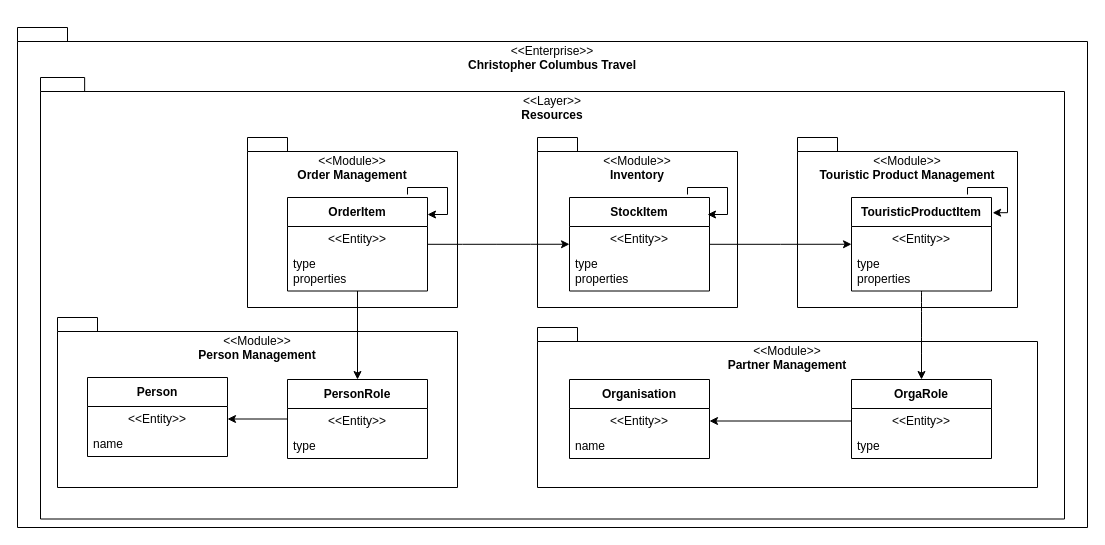
Earlier version of the draw.io diagram docs/architecture/entity-model/entity-model.drawio (hochschule-darmstadt/a3se_app). Source tidied: cells renumbered, new cells numbered last; positions are measured from the earlier drawing's top-left corner, leaving out a move shared by most shapes. Both pictures are drawn from the tidied source at 100%, with x=0, y=0 at pixel (17, 27).
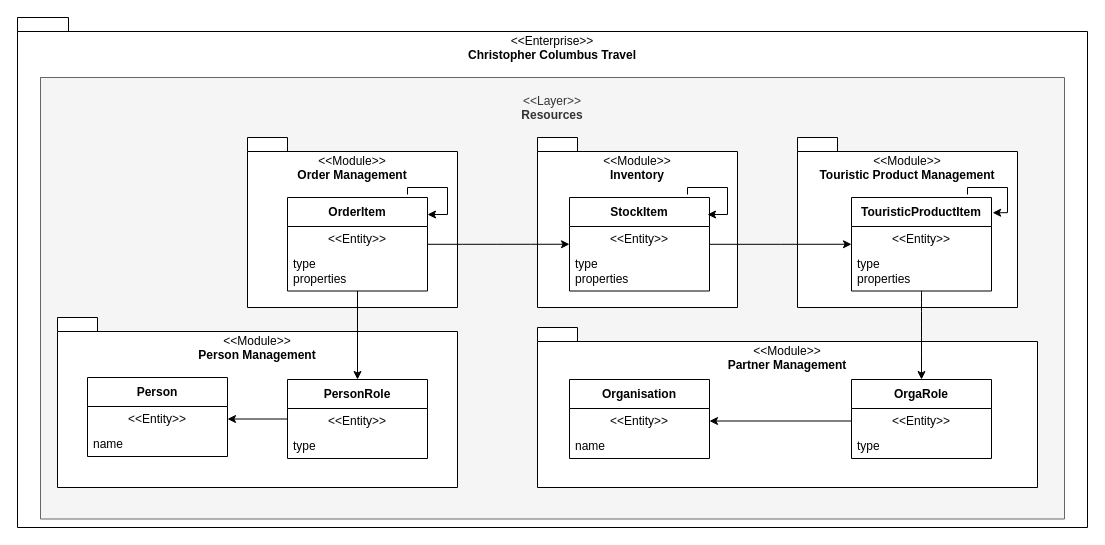
The same page after the edit.

What changed in the source:
```diff
@@
     <mxCell id="2" value="&lt;span style=&quot;font-weight: normal;&quot;&gt;&amp;lt;&amp;lt;Enterprise&amp;gt;&amp;gt;&lt;/span&gt;&lt;div&gt;Chri&lt;span style=&quot;background-color: transparent; color: light-dark(rgb(0, 0, 0), rgb(255, 255, 255));&quot;&gt;stopher Columbus Travel&lt;/span&gt;&lt;/div&gt;" style="shape=folder;fontStyle=1;spacingTop=10;tabWidth=40;tabHeight=14;tabPosition=left;html=1;whiteSpace=wrap;align=center;verticalAlign=top;" parent="1" vertex="1">
-      <mxGeometry width="1070" height="500" as="geometry" />
+      <mxGeometry y="-10" width="1070" height="510" as="geometry" />
     </mxCell>
-    <mxCell id="3" value="&lt;span style=&quot;font-weight: normal;&quot;&gt;&amp;lt;&amp;lt;Layer&amp;gt;&amp;gt;&lt;/span&gt;&lt;div&gt;Resources&lt;/div&gt;" style="shape=folder;fontStyle=1;spacingTop=10;tabWidth=40;tabHeight=14;tabPosition=left;html=1;whiteSpace=wrap;align=center;verticalAlign=top;" parent="1" vertex="1">
+    <mxCell id="3" value="&lt;span style=&quot;font-weight: normal;&quot;&gt;&amp;lt;&amp;lt;Layer&amp;gt;&amp;gt;&lt;/span&gt;&lt;div&gt;Resources&lt;/div&gt;" style="shape=folder;fontStyle=1;spacingTop=10;tabWidth=0;tabHeight=0;tabPosition=left;html=1;whiteSpace=wrap;align=center;verticalAlign=top;fillColor=#f5f5f5;fontColor=#333333;strokeColor=#666666;" parent="1" vertex="1">
       <mxGeometry x="23" y="50" width="1024" height="441.5" as="geometry" />
     </mxCell>
```
